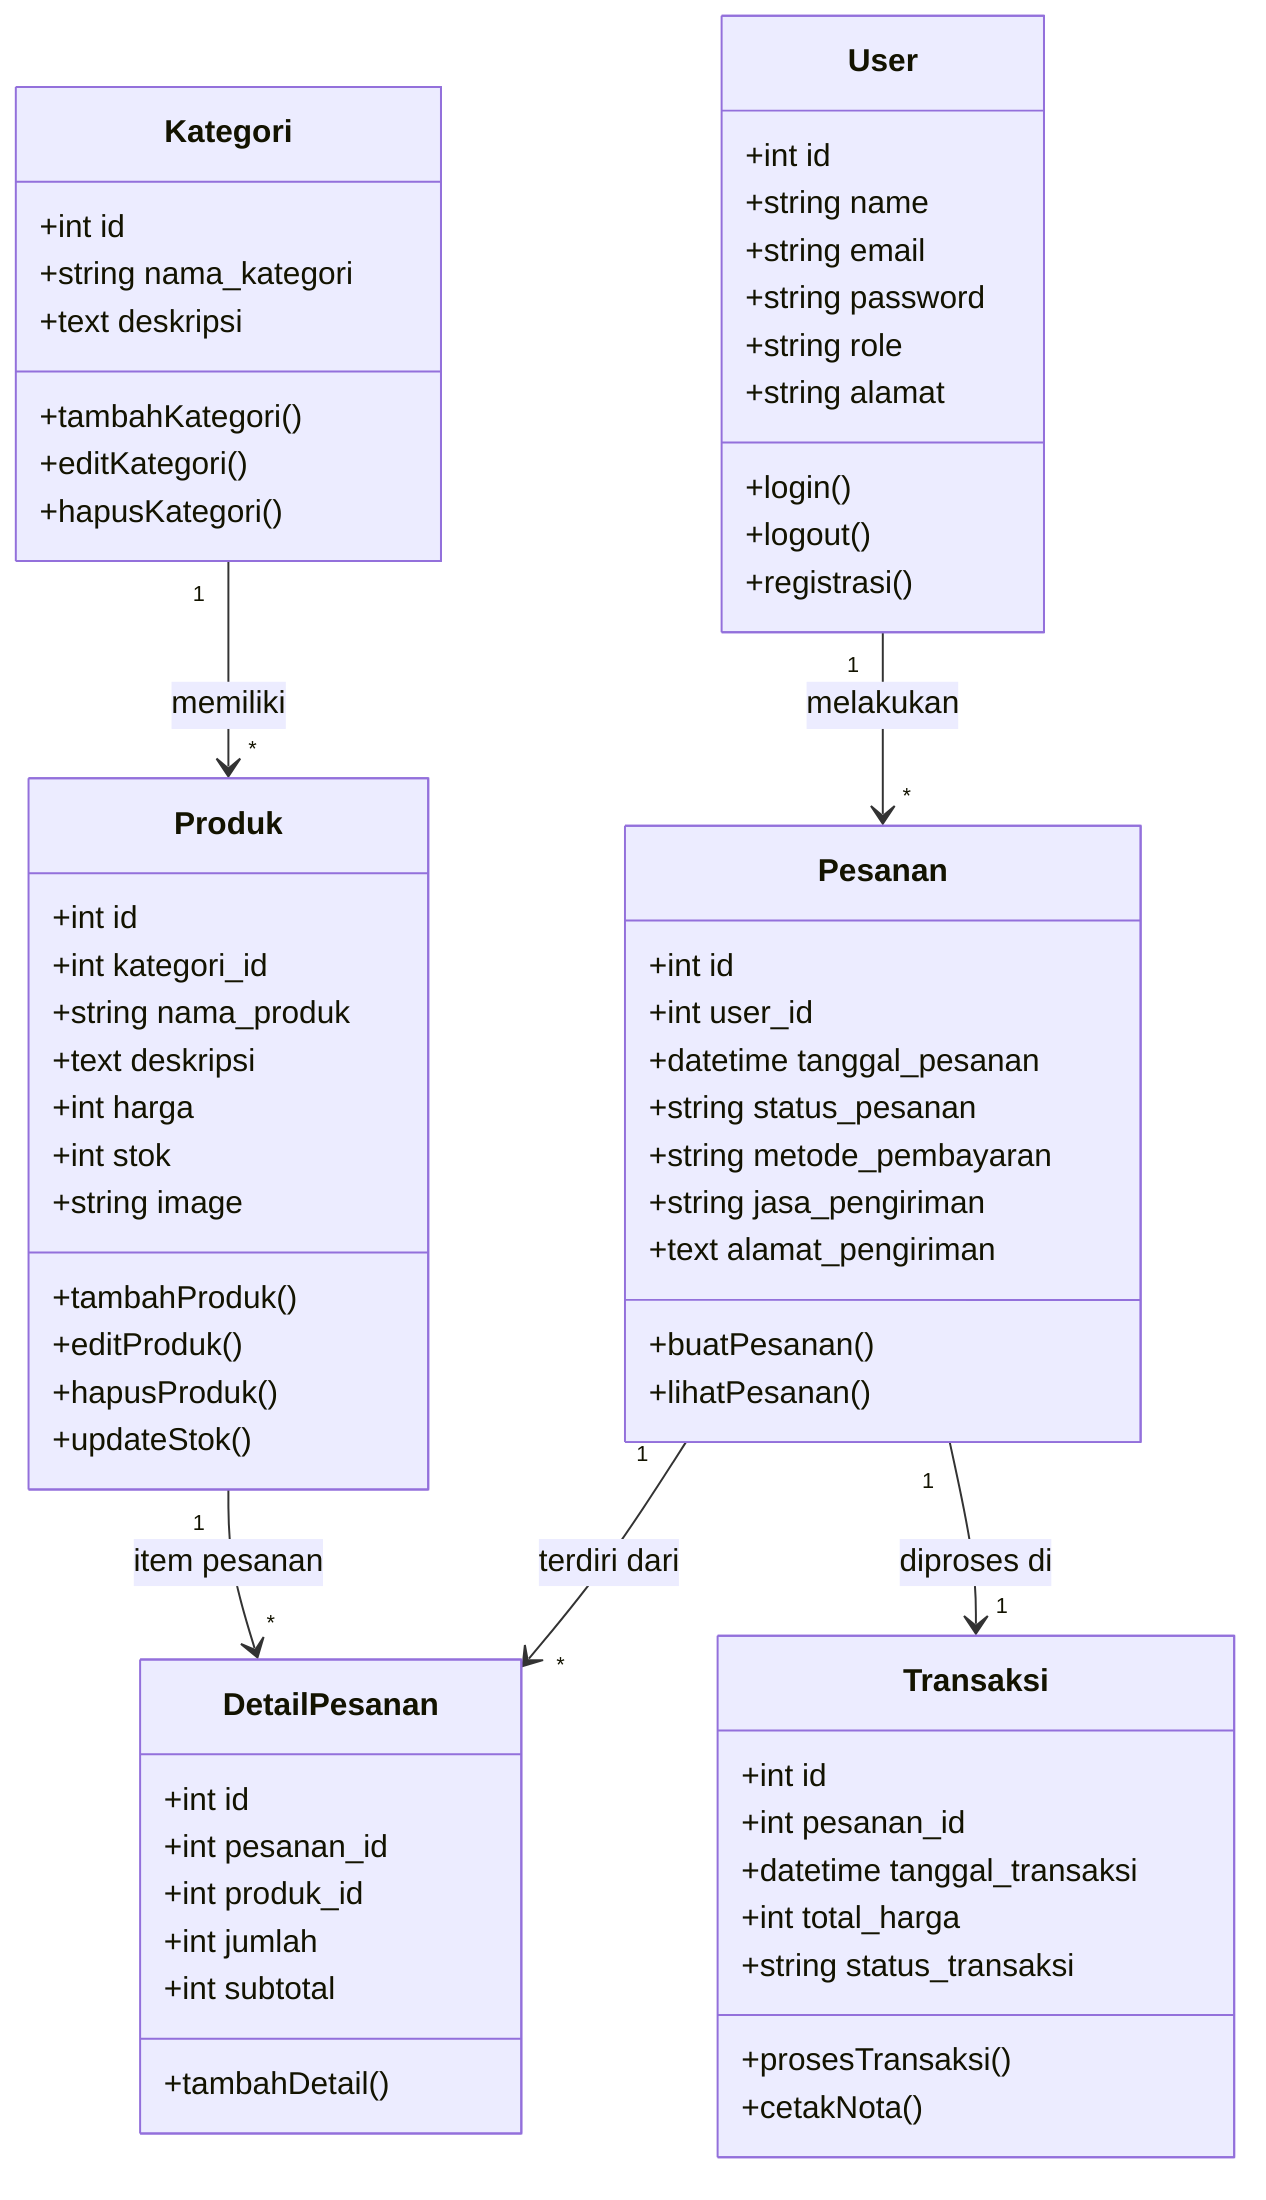
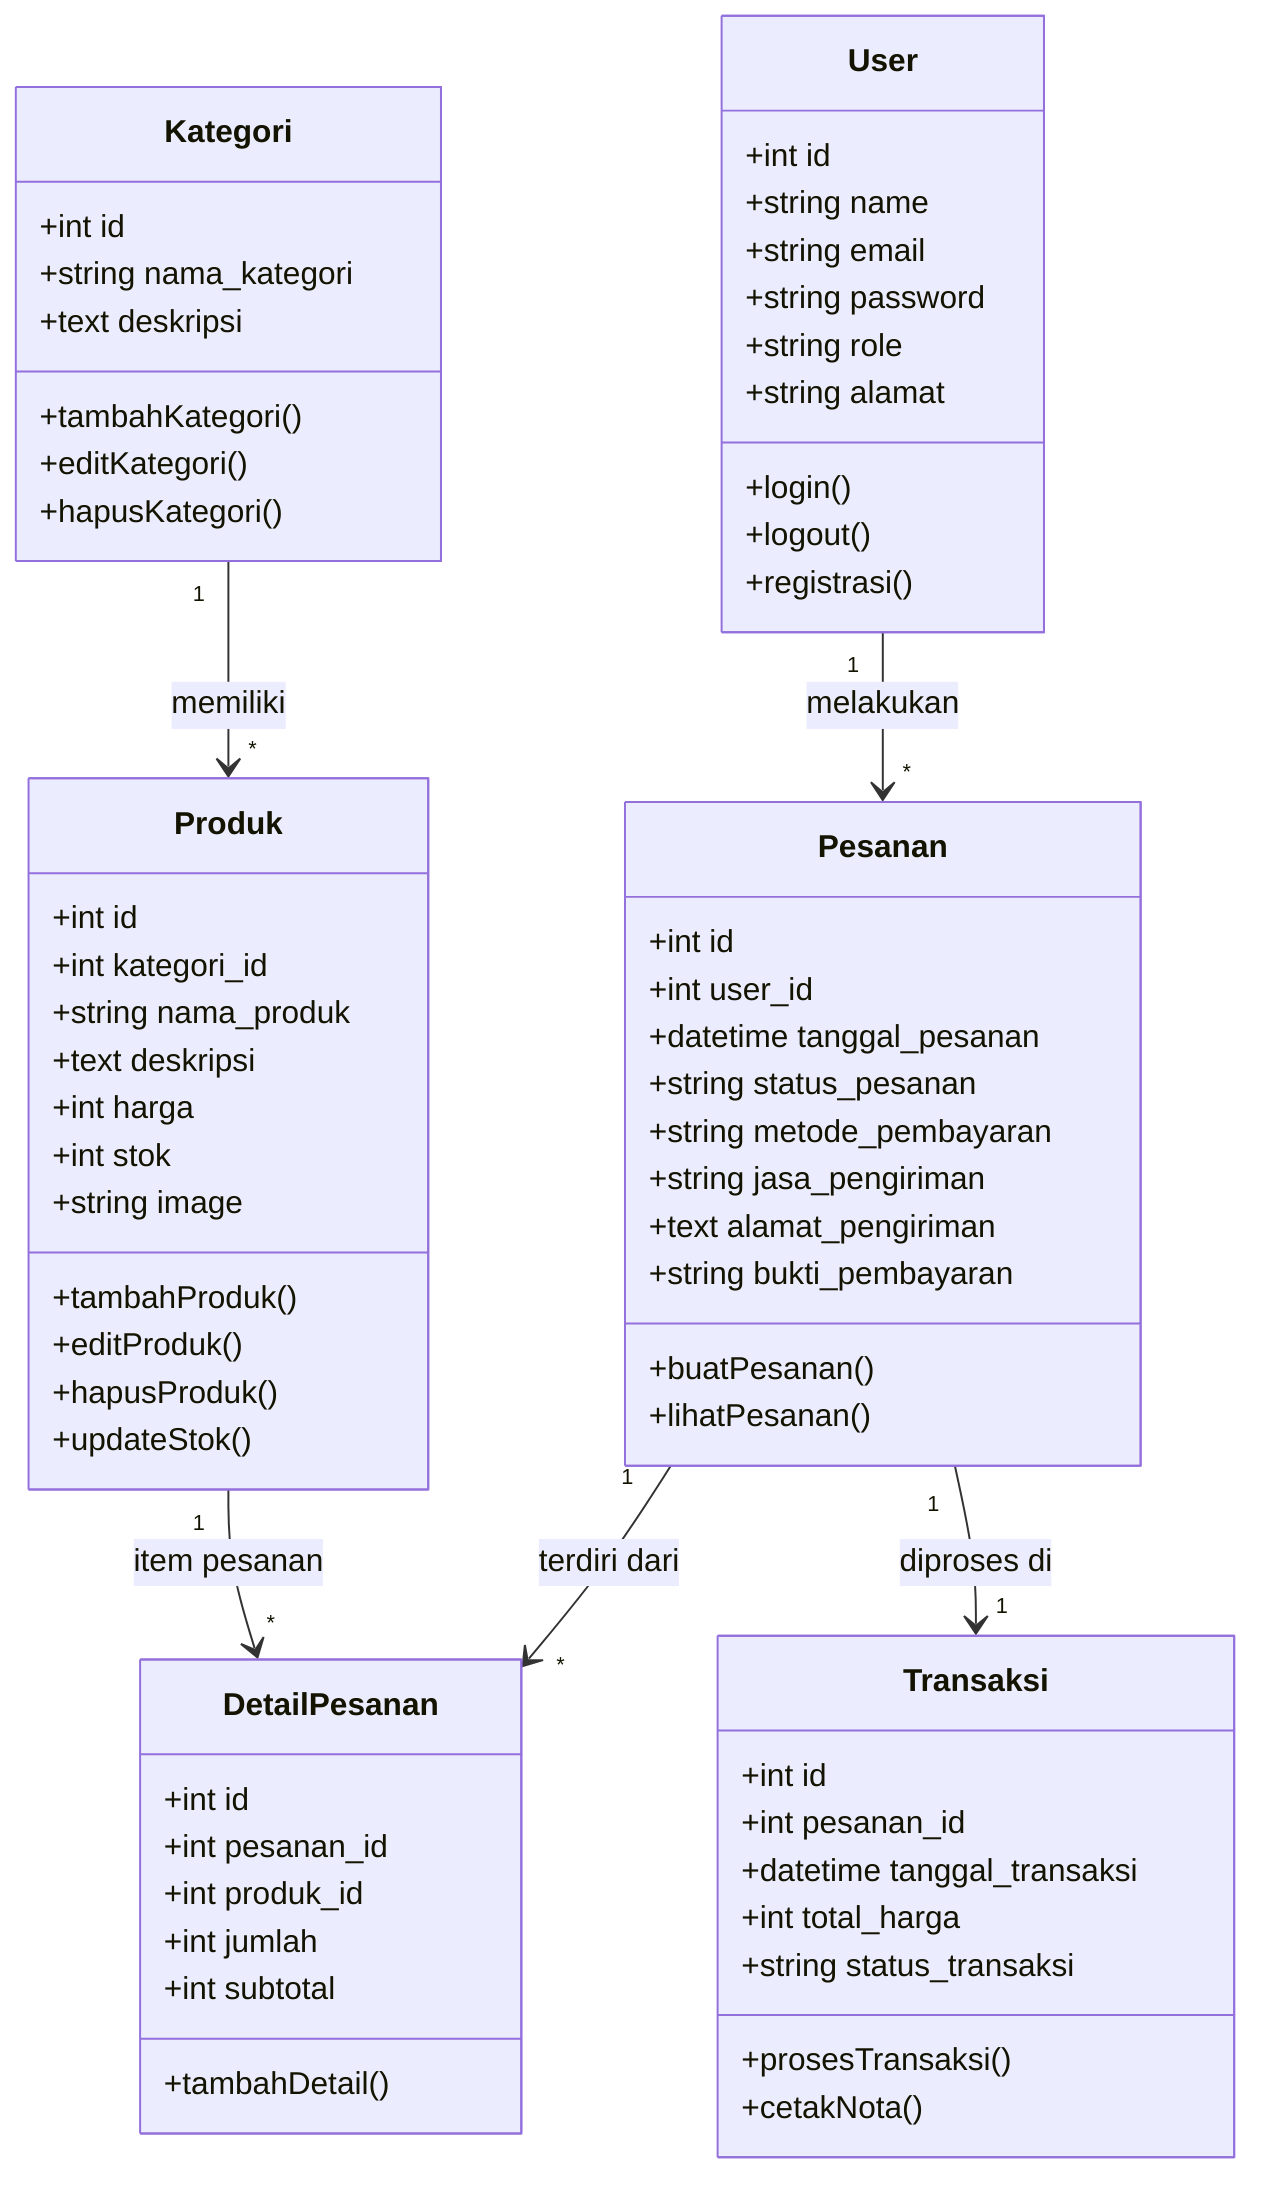
classDiagram
    direction TB

    class User {
        +int id
        +string name
        +string email
        +string password
        +string role
        +string alamat
        +login()
        +logout()
        +registrasi()
    }

    class Kategori {
        +int id
        +string nama_kategori
        +text deskripsi
        +tambahKategori()
        +editKategori()
        +hapusKategori()
    }

    class Produk {
        +int id
        +int kategori_id
        +string nama_produk
        +text deskripsi
        +int harga
        +int stok
        +string image
        +tambahProduk()
        +editProduk()
        +hapusProduk()
        +updateStok()
    }

    class Pesanan {
        +int id
        +int user_id
        +datetime tanggal_pesanan
        +string status_pesanan
        +string metode_pembayaran
        +string jasa_pengiriman
        +text alamat_pengiriman
+         +string bukti_pembayaran
        +buatPesanan()
        +lihatPesanan()
    }

    class DetailPesanan {
        +int id
        +int pesanan_id
        +int produk_id
        +int jumlah
        +int subtotal
        +tambahDetail()
    }

    class Transaksi {
        +int id
        +int pesanan_id
        +datetime tanggal_transaksi
        +int total_harga
        +string status_transaksi
        +prosesTransaksi()
        +cetakNota()
    }

    Kategori "1" --> "*" Produk : memiliki
    User "1" --> "*" Pesanan : melakukan
    Pesanan "1" --> "*" DetailPesanan : terdiri dari
    Produk "1" --> "*" DetailPesanan : item pesanan
    Pesanan "1" --> "1" Transaksi : diproses di
